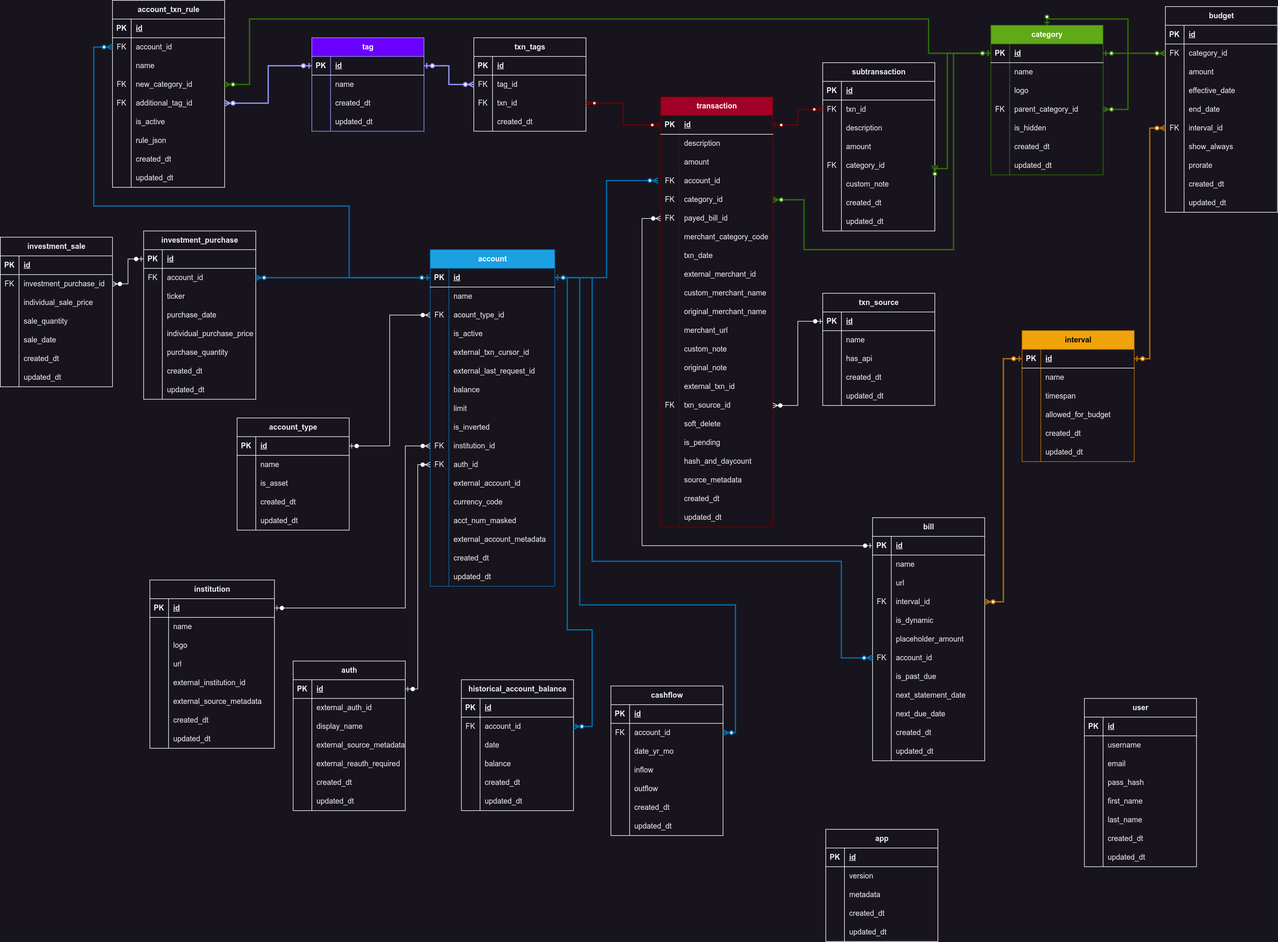
Before: maple_erd.drawio.png, a diagram exported from draw.io (defron/maple). Source tidied: cells renumbered, new cells last; positions are measured from the earlier drawing's top-left corner, leaving out a move shared by most shapes.
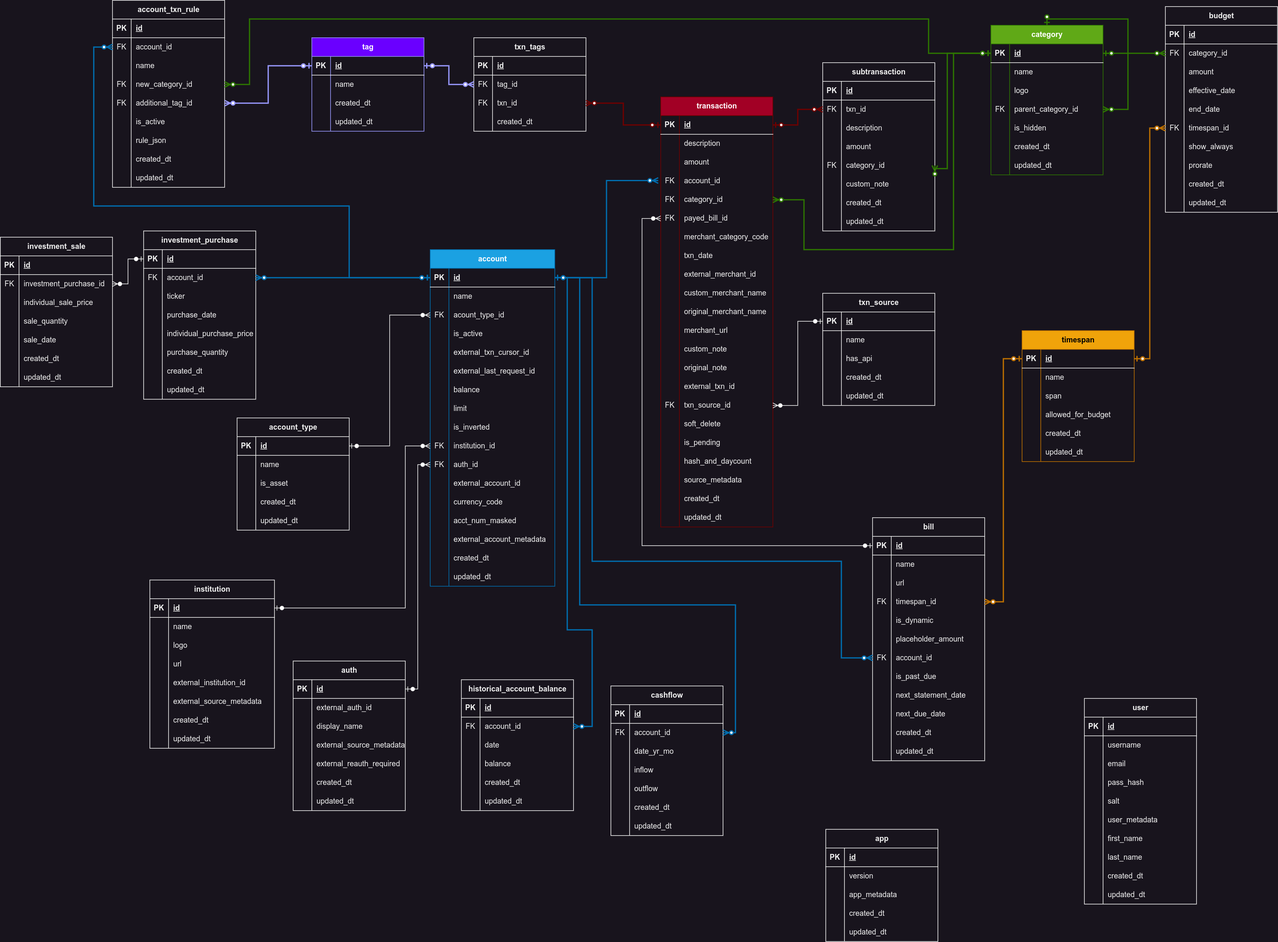
Above is the later version.

Diff of the diagram source:
```diff
@@ -131,7 +131,7 @@
     <mxCell id="42" value="FK" style="shape=partialRectangle;fillColor=none;top=0;left=0;bottom=0;right=0;overflow=hidden;whiteSpace=wrap;html=1;" parent="41" vertex="1">
       <mxGeometry width="30" height="30" as="geometry" />
     </mxCell>
-    <mxCell id="43" value="interval_id" style="shape=partialRectangle;fillColor=none;top=0;left=0;bottom=0;right=0;align=left;spacingLeft=6;overflow=hidden;whiteSpace=wrap;html=1;" parent="41" vertex="1">
+    <mxCell id="43" value="timespan_id" style="shape=partialRectangle;fillColor=none;top=0;left=0;bottom=0;right=0;align=left;spacingLeft=6;overflow=hidden;whiteSpace=wrap;html=1;" parent="41" vertex="1">
       <mxGeometry x="30" width="150" height="30" as="geometry" />
     </mxCell>
     <mxCell id="44" style="shape=tableRow;horizontal=0;startSize=0;swimlaneHead=0;swimlaneBody=0;fillColor=none;top=0;left=0;right=0;bottom=0;" parent="25" vertex="1">
@@ -896,7 +896,7 @@
     <mxCell id="297" value="FK" style="shape=partialRectangle;fillColor=none;top=0;left=0;bottom=0;right=0;overflow=hidden;whiteSpace=wrap;html=1;" parent="296" vertex="1">
       <mxGeometry width="30" height="30" as="geometry" />
     </mxCell>
-    <mxCell id="298" value="interval_id" style="shape=partialRectangle;fillColor=none;top=0;left=0;bottom=0;right=0;align=left;spacingLeft=6;overflow=hidden;whiteSpace=wrap;html=1;" parent="296" vertex="1">
+    <mxCell id="298" value="timespan_id" style="shape=partialRectangle;fillColor=none;top=0;left=0;bottom=0;right=0;align=left;spacingLeft=6;overflow=hidden;whiteSpace=wrap;html=1;" parent="296" vertex="1">
       <mxGeometry x="30" width="150" height="30" as="geometry" />
     </mxCell>
     <mxCell id="299" style="shape=tableRow;horizontal=0;startSize=0;swimlaneHead=0;swimlaneBody=0;fillColor=none;top=0;left=0;right=0;bottom=0;" parent="286" vertex="1">
@@ -1376,7 +1376,7 @@
     <mxCell id="457" value="updated_dt" style="shape=partialRectangle;fillColor=none;top=0;left=0;bottom=0;right=0;align=left;spacingLeft=6;overflow=hidden;whiteSpace=wrap;html=1;" parent="455" vertex="1">
       <mxGeometry x="30" width="150" height="30" as="geometry" />
     </mxCell>
-    <mxCell id="458" value="interval" style="shape=table;startSize=30;rowLines=0;fontStyle=1;align=center;html=1;fillColor=#f0a30a;fontColor=#000000;strokeColor=#BD7000;" parent="1" vertex="1">
+    <mxCell id="458" value="timespan" style="shape=table;startSize=30;rowLines=0;fontStyle=1;align=center;html=1;fillColor=#f0a30a;fontColor=#000000;strokeColor=#BD7000;" parent="1" vertex="1">
       <mxGeometry x="1640" y="530" width="180" height="210" as="geometry" />
     </mxCell>
     <mxCell id="459" style="shape=tableRow;horizontal=0;startSize=0;swimlaneHead=0;swimlaneBody=0;fillColor=none;points=[[0,0.5],[1,0.5]];portConstraint=eastwest;top=0;left=0;right=0;bottom=1;" parent="458" vertex="1">
@@ -1403,7 +1403,7 @@
     <mxCell id="466" style="shape=partialRectangle;fillColor=none;top=0;left=0;bottom=0;right=0;overflow=hidden;whiteSpace=wrap;html=1;" parent="465" vertex="1">
       <mxGeometry width="30" height="30" as="geometry" />
     </mxCell>
-    <mxCell id="467" value="timespan" style="shape=partialRectangle;fillColor=none;top=0;left=0;bottom=0;right=0;align=left;spacingLeft=6;overflow=hidden;whiteSpace=wrap;html=1;" parent="465" vertex="1">
+    <mxCell id="467" value="span" style="shape=partialRectangle;fillColor=none;top=0;left=0;bottom=0;right=0;align=left;spacingLeft=6;overflow=hidden;whiteSpace=wrap;html=1;" parent="465" vertex="1">
       <mxGeometry x="30" width="150" height="30" as="geometry" />
     </mxCell>
     <mxCell id="468" style="shape=tableRow;horizontal=0;startSize=0;swimlaneHead=0;swimlaneBody=0;fillColor=none;top=0;left=0;right=0;bottom=0;" parent="458" vertex="1">
@@ -1556,7 +1556,7 @@
       <mxGeometry relative="1" as="geometry" />
     </mxCell>
     <mxCell id="499" value="user" style="shape=table;startSize=30;rowLines=0;fontStyle=1;align=center;html=1;" parent="1" vertex="1">
-      <mxGeometry x="1740" y="1120" width="180" height="270" as="geometry" />
+      <mxGeometry x="1740" y="1120" width="180" height="330" as="geometry" />
     </mxCell>
     <mxCell id="500" style="shape=tableRow;horizontal=0;startSize=0;swimlaneHead=0;swimlaneBody=0;fillColor=none;top=0;left=0;right=0;bottom=1;" parent="499" vertex="1">
       <mxGeometry y="30" width="180" height="30" as="geometry" />
@@ -1594,8 +1594,26 @@
     <mxCell id="511" value="pass_hash" style="shape=partialRectangle;fillColor=none;top=0;left=0;bottom=0;right=0;align=left;spacingLeft=6;overflow=hidden;whiteSpace=wrap;html=1;" parent="509" vertex="1">
       <mxGeometry x="30" width="150" height="30" as="geometry" />
     </mxCell>
+    <mxCell id="540" style="shape=tableRow;horizontal=0;startSize=0;swimlaneHead=0;swimlaneBody=0;fillColor=none;top=0;left=0;right=0;bottom=0;" parent="499" vertex="1">
+      <mxGeometry y="150" width="180" height="30" as="geometry" />
+    </mxCell>
+    <mxCell id="541" style="shape=partialRectangle;fillColor=none;top=0;left=0;bottom=0;right=0;overflow=hidden;whiteSpace=wrap;html=1;" parent="540" vertex="1">
+      <mxGeometry width="30" height="30" as="geometry" />
+    </mxCell>
+    <mxCell id="542" value="salt" style="shape=partialRectangle;fillColor=none;top=0;left=0;bottom=0;right=0;align=left;spacingLeft=6;overflow=hidden;whiteSpace=wrap;html=1;" parent="540" vertex="1">
+      <mxGeometry x="30" width="150" height="30" as="geometry" />
+    </mxCell>
+    <mxCell id="543" style="shape=tableRow;horizontal=0;startSize=0;swimlaneHead=0;swimlaneBody=0;fillColor=none;top=0;left=0;right=0;bottom=0;" parent="499" vertex="1">
+      <mxGeometry y="180" width="180" height="30" as="geometry" />
+    </mxCell>
+    <mxCell id="544" style="shape=partialRectangle;fillColor=none;top=0;left=0;bottom=0;right=0;overflow=hidden;whiteSpace=wrap;html=1;" parent="543" vertex="1">
+      <mxGeometry width="30" height="30" as="geometry" />
+    </mxCell>
+    <mxCell id="545" value="user_metadata" style="shape=partialRectangle;fillColor=none;top=0;left=0;bottom=0;right=0;align=left;spacingLeft=6;overflow=hidden;whiteSpace=wrap;html=1;" parent="543" vertex="1">
+      <mxGeometry x="30" width="150" height="30" as="geometry" />
+    </mxCell>
     <mxCell id="512" style="shape=tableRow;horizontal=0;startSize=0;swimlaneHead=0;swimlaneBody=0;fillColor=none;top=0;left=0;right=0;bottom=0;" parent="499" vertex="1">
-      <mxGeometry y="150" width="180" height="30" as="geometry" />
+      <mxGeometry y="210" width="180" height="30" as="geometry" />
     </mxCell>
     <mxCell id="513" style="shape=partialRectangle;fillColor=none;top=0;left=0;bottom=0;right=0;overflow=hidden;whiteSpace=wrap;html=1;" parent="512" vertex="1">
       <mxGeometry width="30" height="30" as="geometry" />
@@ -1604,7 +1622,7 @@
       <mxGeometry x="30" width="150" height="30" as="geometry" />
     </mxCell>
     <mxCell id="515" style="shape=tableRow;horizontal=0;startSize=0;swimlaneHead=0;swimlaneBody=0;fillColor=none;top=0;left=0;right=0;bottom=0;" parent="499" vertex="1">
-      <mxGeometry y="180" width="180" height="30" as="geometry" />
+      <mxGeometry y="240" width="180" height="30" as="geometry" />
     </mxCell>
     <mxCell id="516" style="shape=partialRectangle;fillColor=none;top=0;left=0;bottom=0;right=0;overflow=hidden;whiteSpace=wrap;html=1;" parent="515" vertex="1">
       <mxGeometry width="30" height="30" as="geometry" />
@@ -1613,7 +1631,7 @@
       <mxGeometry x="30" width="150" height="30" as="geometry" />
     </mxCell>
     <mxCell id="518" style="shape=tableRow;horizontal=0;startSize=0;swimlaneHead=0;swimlaneBody=0;fillColor=none;top=0;left=0;right=0;bottom=0;" parent="499" vertex="1">
-      <mxGeometry y="210" width="180" height="30" as="geometry" />
+      <mxGeometry y="270" width="180" height="30" as="geometry" />
     </mxCell>
     <mxCell id="519" style="shape=partialRectangle;fillColor=none;top=0;left=0;bottom=0;right=0;overflow=hidden;whiteSpace=wrap;html=1;" parent="518" vertex="1">
       <mxGeometry width="30" height="30" as="geometry" />
@@ -1622,7 +1640,7 @@
       <mxGeometry x="30" width="150" height="30" as="geometry" />
     </mxCell>
     <mxCell id="521" style="shape=tableRow;horizontal=0;startSize=0;swimlaneHead=0;swimlaneBody=0;fillColor=none;top=0;left=0;right=0;bottom=0;" parent="499" vertex="1">
-      <mxGeometry y="240" width="180" height="30" as="geometry" />
+      <mxGeometry y="300" width="180" height="30" as="geometry" />
     </mxCell>
     <mxCell id="522" style="shape=partialRectangle;fillColor=none;top=0;left=0;bottom=0;right=0;overflow=hidden;whiteSpace=wrap;html=1;" parent="521" vertex="1">
       <mxGeometry width="30" height="30" as="geometry" />
@@ -1657,7 +1675,7 @@
     <mxCell id="532" style="shape=partialRectangle;fillColor=none;top=0;left=0;bottom=0;right=0;overflow=hidden;whiteSpace=wrap;html=1;" parent="531" vertex="1">
       <mxGeometry width="30" height="30" as="geometry" />
     </mxCell>
-    <mxCell id="533" value="metadata" style="shape=partialRectangle;fillColor=none;top=0;left=0;bottom=0;right=0;align=left;spacingLeft=6;overflow=hidden;whiteSpace=wrap;html=1;" parent="531" vertex="1">
+    <mxCell id="533" value="app_metadata" style="shape=partialRectangle;fillColor=none;top=0;left=0;bottom=0;right=0;align=left;spacingLeft=6;overflow=hidden;whiteSpace=wrap;html=1;" parent="531" vertex="1">
       <mxGeometry x="30" width="150" height="30" as="geometry" />
     </mxCell>
     <mxCell id="534" style="shape=tableRow;horizontal=0;startSize=0;swimlaneHead=0;swimlaneBody=0;fillColor=none;top=0;left=0;right=0;bottom=0;" parent="524" vertex="1">
```
